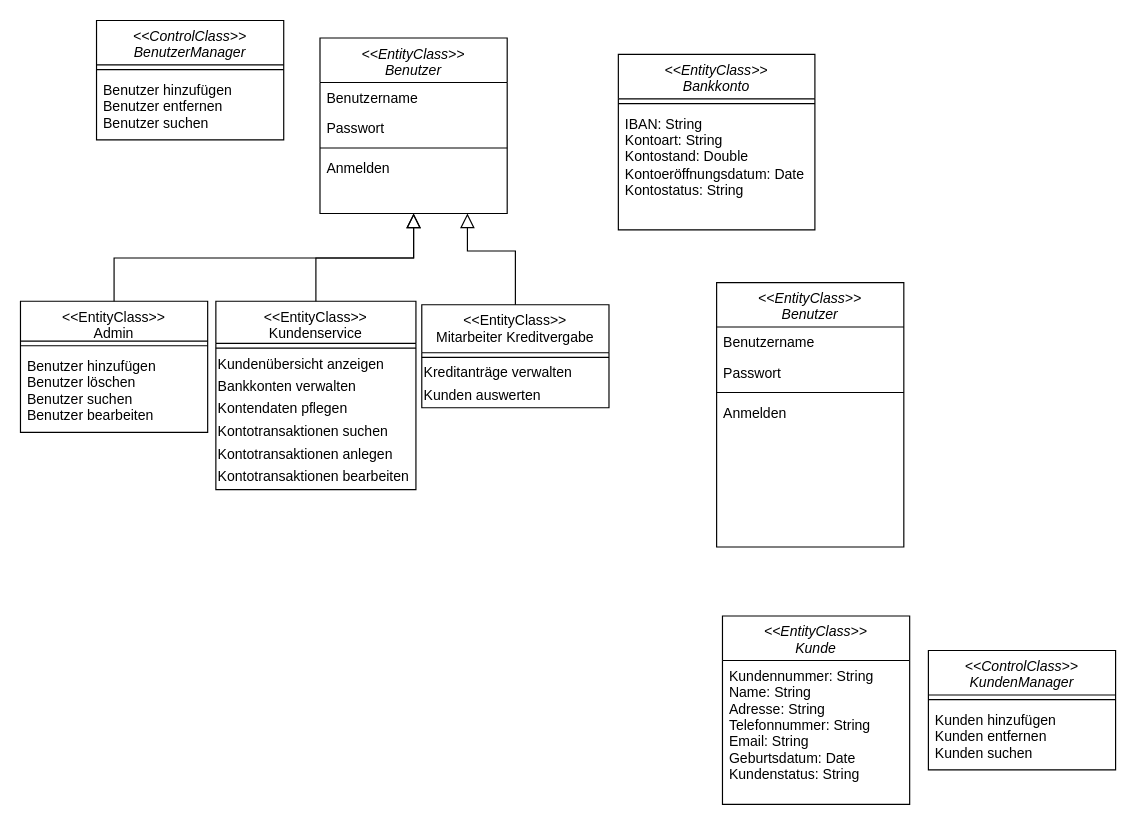
The draw.io diagram page "Technischer Entwurf" (5 of 5) of Datenmodell.drawio in JaSc2912/VerteilteAnwendungen, before the edit. Source tidied: cells renumbered, new cells numbered last; positions are measured from the earlier drawing's top-left corner, leaving out a move shared by most shapes. Both pictures are drawn from the tidied source at 117%, with x=0, y=0 at pixel (20, 20).
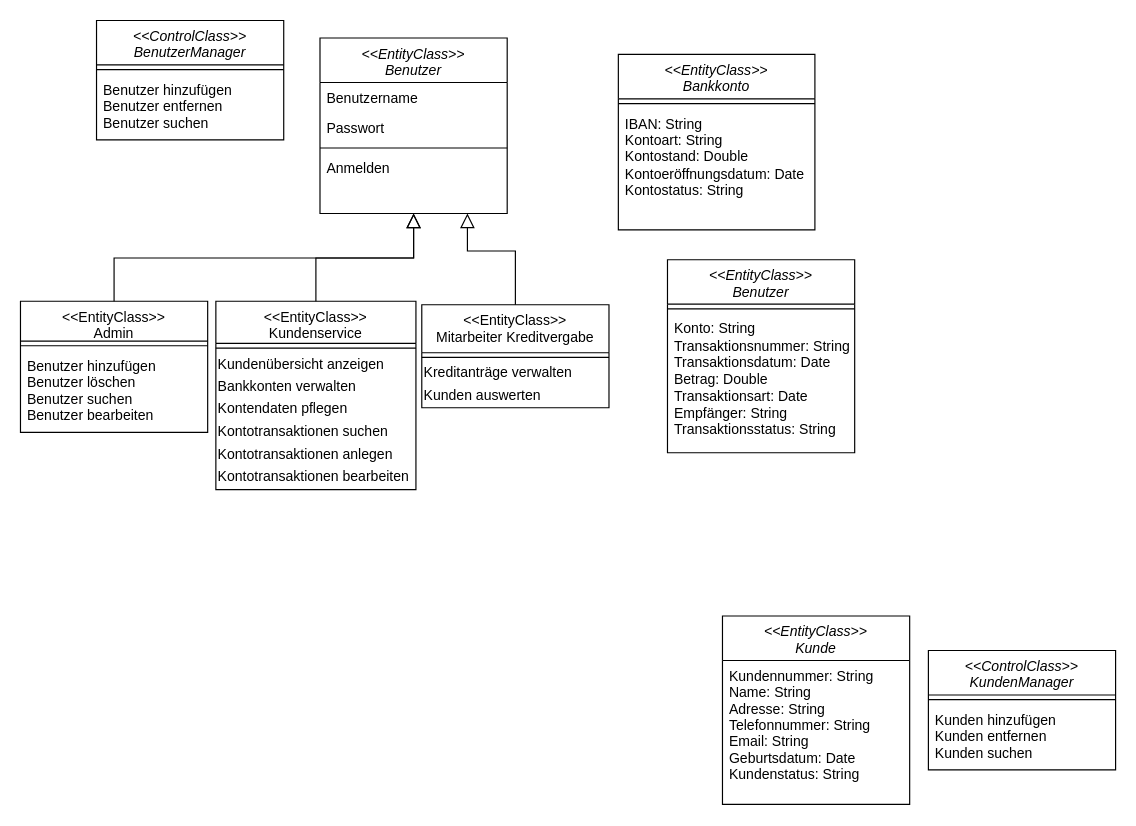
Above is the later version.

Change to the diagram source:
```diff
@@
     <mxCell id="25" value="&lt;&lt;EntityClass&gt;&gt;&#10;Benutzer" style="swimlane;fontStyle=2;align=center;verticalAlign=top;horizontal=1;startSize=38;rounded=0;shadow=0;strokeWidth=1;" parent="1" vertex="1">
-      <mxGeometry x="595" y="224" width="160" height="226" as="geometry" />
+      <mxGeometry x="553" y="204.5" width="160" height="165" as="geometry" />
     </mxCell>
-    <mxCell id="26" value="Benutzername" style="text;align=left;verticalAlign=top;spacingLeft=4;spacingRight=4;overflow=hidden;" parent="25" vertex="1">
-      <mxGeometry y="38" width="160" height="26" as="geometry" />
-    </mxCell>
-    <mxCell id="27" value="Passwort" style="text;align=left;verticalAlign=top;spacingLeft=4;spacingRight=4;overflow=hidden;rounded=0;shadow=0;html=0;" parent="25" vertex="1">
-      <mxGeometry y="64" width="160" height="26" as="geometry" />
-    </mxCell>
     <mxCell id="28" style="line;html=1;strokeWidth=1;align=left;verticalAlign=middle;spacingTop=-1;spacingLeft=3;spacingRight=3;labelPosition=right;" parent="25" vertex="1">
-      <mxGeometry y="90" width="160" height="8" as="geometry" />
+      <mxGeometry y="38" width="160" height="8" as="geometry" />
     </mxCell>
-    <mxCell id="29" value="Anmelden" style="text;align=left;verticalAlign=top;spacingLeft=4;spacingRight=4;overflow=hidden;" parent="25" vertex="1">
-      <mxGeometry y="98" width="160" height="26" as="geometry" />
-    </mxCell>
+    <mxCell id="35" value="&lt;p align=&quot;left&quot; style=&quot;margin:0px;margin-left:4px;&quot;&gt;Konto: String&lt;br&gt;&lt;/p&gt;&lt;p align=&quot;left&quot; style=&quot;margin:0px;margin-left:4px;&quot;&gt;Transaktionsnummer: String&lt;/p&gt;&lt;p align=&quot;left&quot; style=&quot;margin:0px;margin-left:4px;&quot;&gt;Transaktionsdatum: Date&lt;/p&gt;&lt;p align=&quot;left&quot; style=&quot;margin:0px;margin-left:4px;&quot;&gt;Betrag: Double&lt;/p&gt;&lt;p align=&quot;left&quot; style=&quot;margin:0px;margin-left:4px;&quot;&gt;Transaktionsart: Date&lt;/p&gt;&lt;p align=&quot;left&quot; style=&quot;margin:0px;margin-left:4px;&quot;&gt;Empfänger: String&lt;/p&gt;&lt;p align=&quot;left&quot; style=&quot;margin:0px;margin-left:4px;&quot;&gt;Transaktionsstatus: String&lt;/p&gt;" style="text;html=1;align=left;verticalAlign=middle;strokeColor=none;fillColor=none;" parent="25" vertex="1">
+      <mxGeometry y="46" width="160" height="113" as="geometry" />
+    </mxCell>
```
